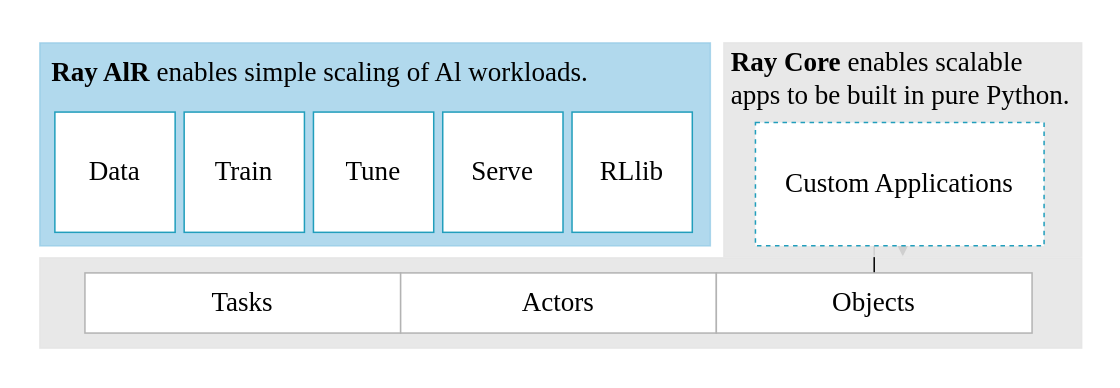
Before: img/ch-ray-core/ray.svg, a diagram exported from draw.io (godaai/scale-py-zh). Source tidied: cells renumbered, new cells last; positions are measured from the earlier drawing's top-left corner, leaving out a move shared by most shapes.
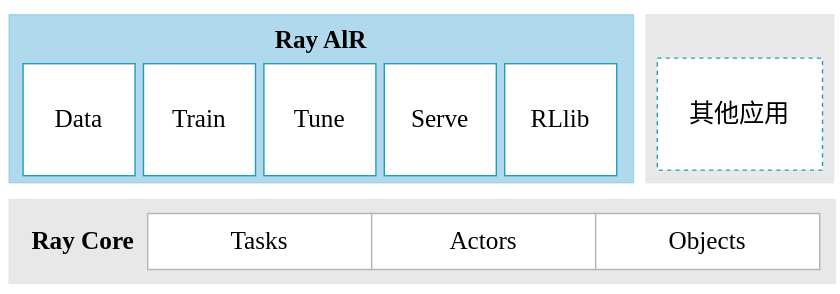
The same diagram one commit later.

What changed in the source:
```diff
@@ -3,13 +3,13 @@
     <mxCell id="0" />
     <mxCell id="1" parent="0" />
     <mxCell id="2" style="rounded=0;whiteSpace=wrap;html=1;strokeColor=none;fillColor=none;" parent="1" vertex="1">
-      <mxGeometry width="745" height="258" as="geometry" />
+      <mxGeometry x="20" y="29" width="600" height="210" as="geometry" />
     </mxCell>
     <mxCell id="3" style="rounded=0;whiteSpace=wrap;html=1;fillColor=#90C9E6;opacity=70;strokeColor=#90C9E6;" parent="1" vertex="1">
-      <mxGeometry x="26" y="28" width="446" height="135" as="geometry" />
+      <mxGeometry x="26" y="39" width="446" height="120" as="geometry" />
     </mxCell>
-    <mxCell id="4" value="&lt;font style=&quot;font-size: 18px;&quot; face=&quot;Times New Roman&quot;&gt;&lt;b style=&quot;&quot;&gt;Ray AlR&lt;/b&gt; enables simple scaling of Al workloads.&lt;/font&gt;" style="text;html=1;strokeColor=none;fillColor=none;align=center;verticalAlign=middle;whiteSpace=wrap;rounded=0;" parent="1" vertex="1">
-      <mxGeometry x="24" y="33" width="377" height="30" as="geometry" />
+    <mxCell id="4" value="&lt;font style=&quot;font-size: 18px;&quot; face=&quot;Times New Roman&quot;&gt;&lt;b style=&quot;&quot;&gt;Ray AlR&lt;/b&gt;&lt;/font&gt;" style="text;html=1;strokeColor=none;fillColor=none;align=center;verticalAlign=middle;whiteSpace=wrap;rounded=0;" parent="1" vertex="1">
+      <mxGeometry x="199" y="42" width="100" height="30" as="geometry" />
     </mxCell>
     <mxCell id="5" value="&lt;font face=&quot;Times New Roman&quot; style=&quot;font-size: 18px;&quot;&gt;Data&lt;/font&gt;" style="whiteSpace=wrap;html=1;strokeColor=#219EBC;" parent="1" vertex="1">
       <mxGeometry x="36" y="74" width="80" height="80" as="geometry" />
@@ -27,28 +27,25 @@
       <mxGeometry x="380" y="74" width="80" height="80" as="geometry" />
     </mxCell>
     <mxCell id="10" style="rounded=0;whiteSpace=wrap;html=1;fillColor=#E6E6E6;opacity=90;strokeColor=#E6E6E6;" parent="1" vertex="1">
-      <mxGeometry x="26" y="171" width="693" height="60" as="geometry" />
+      <mxGeometry x="26" y="171" width="590" height="60" as="geometry" />
     </mxCell>
     <mxCell id="11" value="&lt;font style=&quot;font-size: 18px;&quot; face=&quot;Times New Roman&quot;&gt;Tasks&lt;/font&gt;" style="rounded=0;whiteSpace=wrap;html=1;strokeColor=#B3B3B3;" parent="1" vertex="1">
-      <mxGeometry x="56" y="181" width="210" height="40" as="geometry" />
+      <mxGeometry x="125" y="181" width="160" height="40" as="geometry" />
     </mxCell>
     <mxCell id="12" value="&lt;font style=&quot;font-size: 18px;&quot; face=&quot;Times New Roman&quot;&gt;Actors&lt;/font&gt;" style="rounded=0;whiteSpace=wrap;html=1;strokeColor=#B3B3B3;" parent="1" vertex="1">
-      <mxGeometry x="266" y="181" width="210" height="40" as="geometry" />
+      <mxGeometry x="285" y="181" width="160" height="40" as="geometry" />
     </mxCell>
-    <mxCell id="13" style="edgeStyle=orthogonalEdgeStyle;rounded=0;jettySize=auto;html=1;" parent="1" edge="1" source="14" target="15">
-      <mxGeometry relative="1" as="geometry" />
-    </mxCell>
     <mxCell id="14" value="&lt;font style=&quot;font-size: 18px;&quot; face=&quot;Times New Roman&quot;&gt;Objects&lt;/font&gt;" style="rounded=0;whiteSpace=wrap;html=1;strokeColor=#B3B3B3;" parent="1" vertex="1">
-      <mxGeometry x="476" y="181" width="210" height="40" as="geometry" />
+      <mxGeometry x="445" y="181" width="160" height="40" as="geometry" />
     </mxCell>
     <mxCell id="15" style="rounded=0;whiteSpace=wrap;html=1;fillColor=#E6E6E6;opacity=90;strokeColor=#E6E6E6;" parent="1" vertex="1">
-      <mxGeometry x="481" y="28" width="238" height="142" as="geometry" />
+      <mxGeometry x="481" y="39" width="134" height="120" as="geometry" />
     </mxCell>
-    <mxCell id="16" value="&lt;div style=&quot;font-size: 18px;&quot;&gt;&lt;font style=&quot;font-size: 18px;&quot; face=&quot;Times New Roman&quot;&gt;&lt;b&gt;Ray Core&lt;/b&gt; enables scalable&lt;/font&gt;&lt;/div&gt;&lt;div style=&quot;font-size: 18px;&quot;&gt;&lt;font style=&quot;font-size: 18px;&quot; face=&quot;Times New Roman&quot;&gt;apps to be built in pure Python.&lt;/font&gt;&lt;/div&gt;" style="text;html=1;strokeColor=none;fillColor=none;align=left;verticalAlign=middle;whiteSpace=wrap;rounded=0;" parent="1" vertex="1">
-      <mxGeometry x="484" y="28" width="228" height="47" as="geometry" />
-    </mxCell>
-    <mxCell id="17" value="&lt;font style=&quot;font-size: 18px;&quot; face=&quot;Times New Roman&quot;&gt;Custom Applications&lt;/font&gt;" style="rounded=0;whiteSpace=wrap;html=1;strokeColor=#219EBC;dashed=1;fillColor=#FFFFFF;" parent="1" vertex="1">
-      <mxGeometry x="502" y="81" width="192" height="82" as="geometry" />
+    <mxCell id="17" value="&lt;font style=&quot;font-size: 18px;&quot; face=&quot;Times New Roman&quot;&gt;其他应用&lt;/font&gt;" style="rounded=0;whiteSpace=wrap;html=1;strokeColor=#219EBC;dashed=1;fillColor=#FFFFFF;" parent="1" vertex="1">
+      <mxGeometry x="489" y="70" width="118" height="80" as="geometry" />
     </mxCell>
+    <mxCell id="18" value="&lt;font style=&quot;font-size: 18px;&quot; face=&quot;Times New Roman&quot;&gt;&lt;b style=&quot;&quot;&gt;Ray Core&lt;/b&gt;&lt;/font&gt;" style="text;html=1;strokeColor=none;fillColor=none;align=center;verticalAlign=middle;whiteSpace=wrap;rounded=0;" parent="1" vertex="1">
+      <mxGeometry x="29" y="186" width="100" height="30" as="geometry" />
+    </mxCell>
   </root>
 </mxGraphModel>
```
